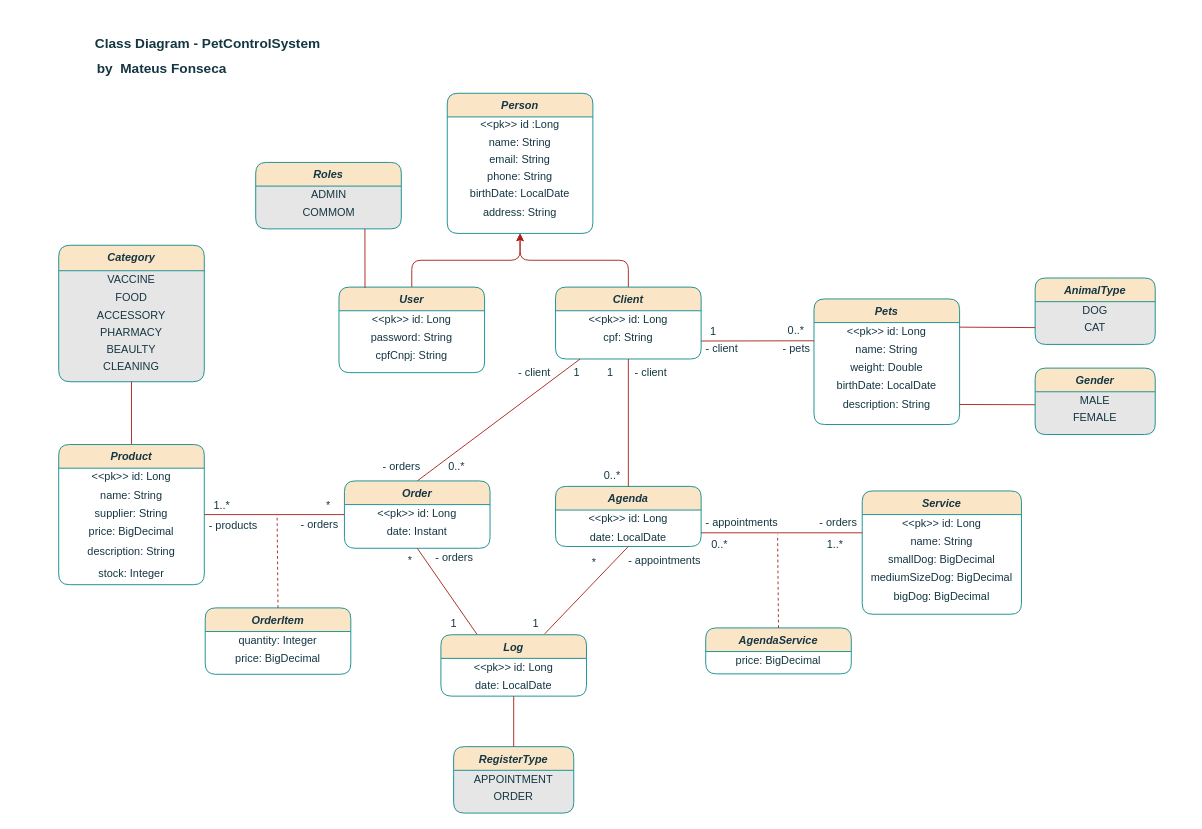
Above: class-diagram.drawio in mateusf-prog/petcontrol-system (draw.io), before the change. Source tidied: cells renumbered, new cells numbered last; positions are measured from the earlier drawing's top-left corner, leaving out a move shared by most shapes. Both pictures are drawn from the tidied source at 91%, with x=0, y=0 at pixel (51, 29).
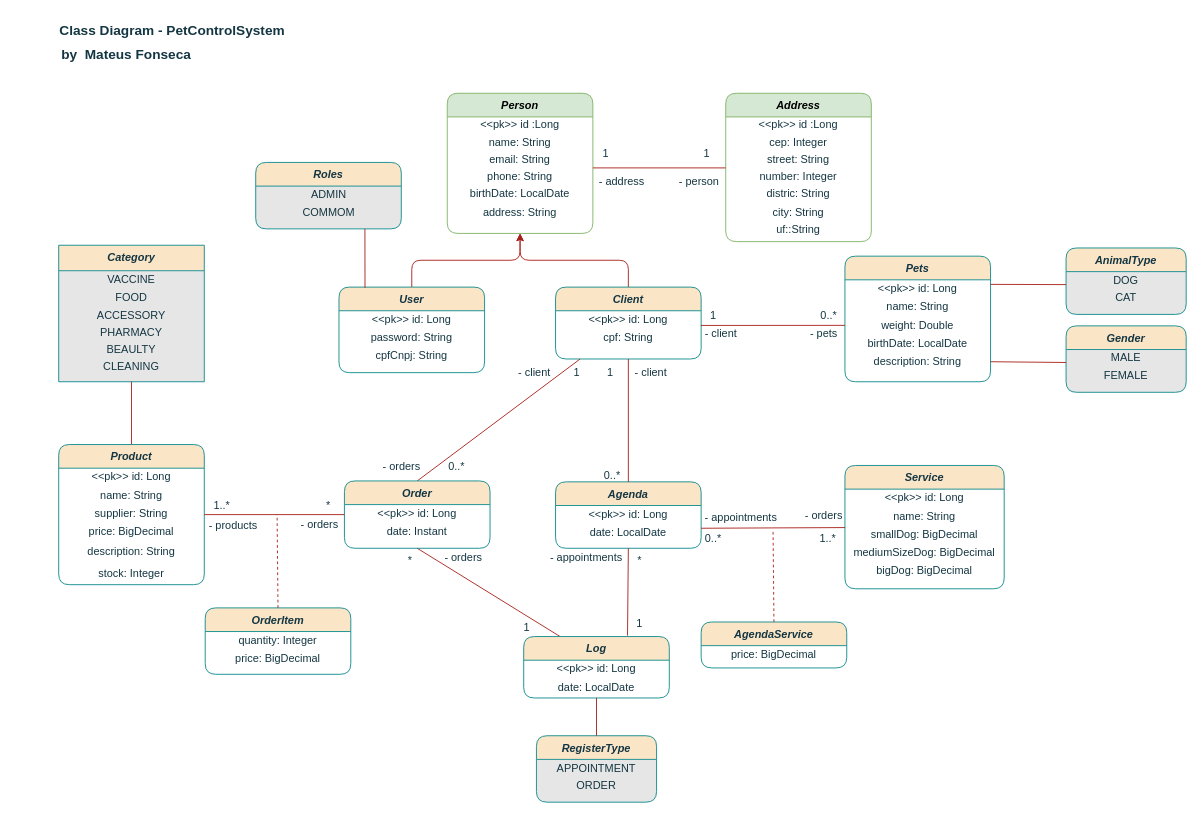
Above is the later version.

Commit message:
updated class-diagram

Unchanged cells that the change refers to:
```xml
<mxCell id="4" value="date: LocalDate" style="text;html=1;align=center;verticalAlign=middle;whiteSpace=wrap;rounded=1;labelBackgroundColor=none;fontColor=#143642;" parent="2" vertex="1">
  <mxGeometry y="46" width="160" height="20" as="geometry" />
</mxCell>
<mxCell id="6" value="&amp;lt;&amp;lt;pk&amp;gt;&amp;gt; id: Long" style="text;html=1;align=center;verticalAlign=middle;whiteSpace=wrap;rounded=1;labelBackgroundColor=none;fontColor=#143642;" parent="5" vertex="1">
  <mxGeometry y="26" width="160" height="20" as="geometry" />
</mxCell>
<mxCell id="8" value="weight: Double" style="text;html=1;align=center;verticalAlign=middle;whiteSpace=wrap;rounded=1;labelBackgroundColor=none;fontColor=#143642;" parent="5" vertex="1">
  <mxGeometry y="66" width="160" height="20" as="geometry" />
</mxCell>
<mxCell id="15" value="phone: String" style="text;html=1;align=center;verticalAlign=middle;whiteSpace=wrap;rounded=1;labelBackgroundColor=none;fontColor=#143642;" parent="11" vertex="1">
  <mxGeometry y="82" width="160" height="19" as="geometry" />
</mxCell>
<mxCell id="24" value="Client" style="swimlane;fontStyle=3;align=center;verticalAlign=top;horizontal=1;startSize=26;rounded=1;shadow=0;strokeWidth=1;labelBackgroundColor=none;fillColor=#FAE5C7;strokeColor=#0F8B8D;fontColor=#143642;" parent="1" vertex="1">
  <mxGeometry x="554" y="283" width="160" height="79" as="geometry" />
</mxCell>
<mxCell id="25" value="&amp;lt;&amp;lt;pk&amp;gt;&amp;gt; id: Long" style="text;html=1;align=center;verticalAlign=middle;whiteSpace=wrap;rounded=1;labelBackgroundColor=none;fontColor=#143642;" parent="24" vertex="1">
  <mxGeometry y="26" width="160" height="20" as="geometry" />
</mxCell>
<mxCell id="29" value="name: String" style="text;html=1;align=center;verticalAlign=middle;whiteSpace=wrap;rounded=1;labelBackgroundColor=none;fontColor=#143642;" parent="27" vertex="1">
  <mxGeometry y="46" width="175" height="20" as="geometry" />
</mxCell>
<mxCell id="30" value="smallDog: BigDecimal" style="text;html=1;align=center;verticalAlign=middle;whiteSpace=wrap;rounded=1;labelBackgroundColor=none;fontColor=#143642;" parent="27" vertex="1">
  <mxGeometry y="66" width="175" height="20" as="geometry" />
</mxCell>
<mxCell id="65" value="DOG" style="text;html=1;align=center;verticalAlign=middle;whiteSpace=wrap;rounded=1;labelBackgroundColor=none;fontColor=#143642;" parent="64" vertex="1">
  <mxGeometry y="26" width="132" height="19" as="geometry" />
</mxCell>
<mxCell id="66" value="CAT" style="text;html=1;align=center;verticalAlign=middle;whiteSpace=wrap;rounded=1;labelBackgroundColor=none;fontColor=#143642;" parent="64" vertex="1">
  <mxGeometry y="45" width="132" height="19" as="geometry" />
</mxCell>
```

Change to the diagram source:
```diff
@@
     <mxCell id="2" value="Agenda" style="swimlane;fontStyle=3;align=center;verticalAlign=top;horizontal=1;startSize=26;rounded=1;shadow=0;strokeWidth=1;labelBackgroundColor=none;fillColor=#FAE5C7;strokeColor=#0F8B8D;fontColor=#143642;" parent="1" vertex="1">
-      <mxGeometry x="554" y="502" width="160" height="66" as="geometry" />
+      <mxGeometry x="554" y="497" width="160" height="73" as="geometry" />
     </mxCell>
@@
     <mxCell id="5" value="Pets" style="swimlane;fontStyle=3;align=center;verticalAlign=top;horizontal=1;startSize=26;rounded=1;shadow=0;strokeWidth=1;labelBackgroundColor=none;fillColor=#FAE5C7;strokeColor=#0F8B8D;fontColor=#143642;" parent="1" vertex="1">
-      <mxGeometry x="838" y="296" width="160" height="138" as="geometry" />
+      <mxGeometry x="872" y="249" width="160" height="138" as="geometry" />
     </mxCell>
@@
-    <mxCell id="11" value="Person" style="swimlane;fontStyle=3;align=center;verticalAlign=top;horizontal=1;startSize=26;rounded=1;shadow=0;strokeWidth=1;labelBackgroundColor=none;fillColor=#FAE5C7;strokeColor=#0F8B8D;fontColor=#143642;" parent="1" vertex="1">
+    <mxCell id="11" value="Person" style="swimlane;fontStyle=3;align=center;verticalAlign=top;horizontal=1;startSize=26;rounded=1;shadow=0;strokeWidth=1;labelBackgroundColor=none;fillColor=#d5e8d4;strokeColor=#82b366;" parent="1" vertex="1">
       <mxGeometry x="435" y="70" width="160" height="154" as="geometry" />
     </mxCell>
@@
     <mxCell id="27" value="Service" style="swimlane;fontStyle=3;align=center;verticalAlign=top;horizontal=1;startSize=26;rounded=1;shadow=0;strokeWidth=1;labelBackgroundColor=none;fillColor=#FAE5C7;strokeColor=#0F8B8D;fontColor=#143642;" parent="1" vertex="1">
-      <mxGeometry x="891" y="507" width="175" height="135.5" as="geometry" />
+      <mxGeometry x="872" y="479" width="175" height="135.5" as="geometry" />
     </mxCell>
@@
-    <mxCell id="33" style="endArrow=none;html=1;rounded=1;exitX=1;exitY=0.25;exitDx=0;exitDy=0;entryX=0;entryY=0;entryDx=0;entryDy=0;labelBackgroundColor=none;fontColor=default;strokeColor=#A8201A;" parent="1" edge="1" source="4" target="29">
+    <mxCell id="33" style="endArrow=none;html=1;rounded=1;exitX=1;exitY=0.25;exitDx=0;exitDy=0;labelBackgroundColor=none;fontColor=default;strokeColor=#A8201A;entryX=0.001;entryY=0.112;entryDx=0;entryDy=0;entryPerimeter=0;" parent="1" edge="1" source="4" target="30">
       <mxGeometry relative="1" as="geometry" />
     </mxCell>
@@
-    <mxCell id="36" value="Category" style="swimlane;fontStyle=3;align=center;verticalAlign=top;horizontal=1;startSize=28;rounded=1;shadow=0;strokeWidth=1;swimlaneFillColor=#E6E6E6;labelBackgroundColor=none;fillColor=#FAE5C7;strokeColor=#0F8B8D;fontColor=#143642;" parent="1" vertex="1">
+    <mxCell id="36" value="Category" style="swimlane;fontStyle=3;align=center;verticalAlign=top;horizontal=1;startSize=28;rounded=0;shadow=0;strokeWidth=1;swimlaneFillColor=#E6E6E6;labelBackgroundColor=none;fillColor=#FAE5C7;strokeColor=#0F8B8D;fontColor=#143642;" parent="1" vertex="1">
       <mxGeometry x="8" y="237" width="160" height="150" as="geometry" />
     </mxCell>
@@
-    <mxCell id="63" style="endArrow=none;html=1;rounded=1;entryX=1;entryY=0.75;entryDx=0;entryDy=0;exitX=0;exitY=1;exitDx=0;exitDy=0;labelBackgroundColor=none;fontColor=default;strokeColor=#A8201A;" parent="1" edge="1" source="6" target="24">
+    <mxCell id="63" style="endArrow=none;html=1;rounded=1;labelBackgroundColor=none;fontColor=default;strokeColor=#A8201A;entryX=0.998;entryY=0.807;entryDx=0;entryDy=0;entryPerimeter=0;" parent="1" edge="1" source="8" target="25">
       <mxGeometry relative="1" as="geometry" />
     </mxCell>
     <mxCell id="64" value="AnimalType" style="swimlane;fontStyle=3;align=center;verticalAlign=top;horizontal=1;startSize=26;rounded=1;shadow=0;strokeWidth=1;swimlaneFillColor=#E6E6E6;labelBackgroundColor=none;fillColor=#FAE5C7;strokeColor=#0F8B8D;fontColor=#143642;" parent="1" vertex="1">
-      <mxGeometry x="1081" y="273" width="132" height="73" as="geometry" />
+      <mxGeometry x="1115" y="240" width="132" height="73" as="geometry" />
     </mxCell>
@@
-    <mxCell id="67" style="endArrow=none;html=1;rounded=1;entryX=1;entryY=0.25;entryDx=0;entryDy=0;exitX=0;exitY=0.5;exitDx=0;exitDy=0;labelBackgroundColor=none;fontColor=default;strokeColor=#A8201A;" parent="1" edge="1" source="66" target="6">
+    <mxCell id="67" style="endArrow=none;html=1;rounded=1;entryX=1;entryY=0.25;entryDx=0;entryDy=0;exitX=0;exitY=0.75;exitDx=0;exitDy=0;labelBackgroundColor=none;fontColor=default;strokeColor=#A8201A;" parent="1" edge="1" source="65" target="6">
       <mxGeometry relative="1" as="geometry" />
     </mxCell>
     <mxCell id="68" value="Gender" style="swimlane;fontStyle=3;align=center;verticalAlign=top;horizontal=1;startSize=26;rounded=1;shadow=0;strokeWidth=1;swimlaneFillColor=#E6E6E6;labelBackgroundColor=none;fillColor=#FAE5C7;strokeColor=#0F8B8D;fontColor=#143642;" parent="1" vertex="1">
-      <mxGeometry x="1081" y="372" width="132" height="73" as="geometry" />
+      <mxGeometry x="1115" y="325.6" width="132" height="73" as="geometry" />
     </mxCell>
@@
     <mxCell id="73" style="group;rounded=1;labelBackgroundColor=none;fontColor=#143642;" parent="1" vertex="1">
-      <mxGeometry width="344" height="57" as="geometry" />
+      <mxGeometry x="-39" y="-15" width="344" height="57" as="geometry" />
     </mxCell>
@@
     <mxCell id="84" value="0..*" style="text;html=1;align=center;verticalAlign=middle;whiteSpace=wrap;rounded=1;labelBackgroundColor=none;fontColor=#143642;" parent="1" vertex="1">
-      <mxGeometry x="801" y="320.5" width="35" height="21" as="geometry" />
+      <mxGeometry x="837" y="303.6" width="35" height="21" as="geometry" />
     </mxCell>
     <mxCell id="85" value="1" style="text;html=1;align=center;verticalAlign=middle;whiteSpace=wrap;rounded=1;labelBackgroundColor=none;fontColor=#143642;" parent="1" vertex="1">
-      <mxGeometry x="710" y="321.5" width="35" height="21" as="geometry" />
+      <mxGeometry x="710" y="308.8" width="35" height="10.8" as="geometry" />
     </mxCell>
     <mxCell id="86" value="- client" style="text;html=1;align=center;verticalAlign=middle;whiteSpace=wrap;rounded=1;labelBackgroundColor=none;fontColor=#143642;" parent="1" vertex="1">
-      <mxGeometry x="708" y="335" width="58" height="31" as="geometry" />
+      <mxGeometry x="707" y="328.2" width="58" height="12" as="geometry" />
     </mxCell>
     <mxCell id="87" value="- pets" style="text;html=1;align=center;verticalAlign=middle;whiteSpace=wrap;rounded=1;labelBackgroundColor=none;fontColor=#143642;" parent="1" vertex="1">
-      <mxGeometry x="790" y="335" width="58" height="31" as="geometry" />
+      <mxGeometry x="820" y="324.6" width="58" height="19.2" as="geometry" />
     </mxCell>
     <mxCell id="88" value="- orders" style="text;html=1;align=center;verticalAlign=middle;whiteSpace=wrap;rounded=1;labelBackgroundColor=none;fontColor=#143642;" parent="1" vertex="1">
-      <mxGeometry x="413.5" y="571.5" width="58" height="16" as="geometry" />
+      <mxGeometry x="424" y="571.5" width="58" height="16" as="geometry" />
     </mxCell>
     <mxCell id="89" value="- appointments " style="text;html=1;align=center;verticalAlign=middle;whiteSpace=wrap;rounded=1;labelBackgroundColor=none;fontColor=#143642;" parent="1" vertex="1">
-      <mxGeometry x="626" y="574" width="96" height="20" as="geometry" />
+      <mxGeometry x="540" y="569.5" width="96" height="20" as="geometry" />
     </mxCell>
@@
     <mxCell id="91" value="Log" style="swimlane;fontStyle=3;align=center;verticalAlign=top;horizontal=1;startSize=26;rounded=1;shadow=0;strokeWidth=1;labelBackgroundColor=none;fillColor=#FAE5C7;strokeColor=#0F8B8D;fontColor=#143642;" parent="1" vertex="1">
-      <mxGeometry x="428" y="665" width="160" height="67.5" as="geometry" />
+      <mxGeometry x="519" y="667" width="160" height="67.5" as="geometry" />
     </mxCell>
@@
     <mxCell id="94" value="1" style="text;html=1;align=center;verticalAlign=middle;whiteSpace=wrap;rounded=1;labelBackgroundColor=none;fontColor=#143642;" parent="1" vertex="1">
-      <mxGeometry x="425" y="642" width="35" height="21" as="geometry" />
+      <mxGeometry x="505" y="646" width="35" height="21" as="geometry" />
     </mxCell>
     <mxCell id="95" value="RegisterType" style="swimlane;fontStyle=3;align=center;verticalAlign=top;horizontal=1;startSize=26;rounded=1;shadow=0;strokeWidth=1;swimlaneFillColor=#E6E6E6;labelBackgroundColor=none;fillColor=#FAE5C7;strokeColor=#0F8B8D;fontColor=#143642;" parent="1" vertex="1">
-      <mxGeometry x="442" y="788" width="132" height="73" as="geometry" />
+      <mxGeometry x="533" y="776" width="132" height="73" as="geometry" />
     </mxCell>
@@
-    <mxCell id="99" style="endArrow=none;html=1;rounded=1;exitX=0.713;exitY=-0.015;exitDx=0;exitDy=0;entryX=0.5;entryY=1;entryDx=0;entryDy=0;exitPerimeter=0;labelBackgroundColor=none;fontColor=default;strokeColor=#A8201A;" parent="1" edge="1" source="91" target="4">
+    <mxCell id="99" style="endArrow=none;html=1;rounded=1;exitX=0.713;exitY=-0.015;exitDx=0;exitDy=0;exitPerimeter=0;labelBackgroundColor=none;fontColor=default;strokeColor=#A8201A;entryX=0.5;entryY=1;entryDx=0;entryDy=0;" parent="1" edge="1" source="91" target="2">
       <mxGeometry relative="1" as="geometry" />
     </mxCell>
     <mxCell id="100" value="1" style="text;html=1;align=center;verticalAlign=middle;whiteSpace=wrap;rounded=1;labelBackgroundColor=none;fontColor=#143642;" parent="1" vertex="1">
-      <mxGeometry x="514.5" y="642" width="35" height="21" as="geometry" />
+      <mxGeometry x="629" y="642" width="35" height="21" as="geometry" />
     </mxCell>
     <mxCell id="101" value="*" style="text;html=1;align=center;verticalAlign=middle;whiteSpace=wrap;rounded=1;labelBackgroundColor=none;fontColor=#143642;" parent="1" vertex="1">
-      <mxGeometry x="579" y="578" width="35" height="16" as="geometry" />
+      <mxGeometry x="629" y="575.5" width="35" height="16" as="geometry" />
     </mxCell>
     <mxCell id="102" value="- orders" style="text;html=1;align=center;verticalAlign=middle;whiteSpace=wrap;rounded=1;labelBackgroundColor=none;fontColor=#143642;" parent="1" vertex="1">
-      <mxGeometry x="836" y="526" width="58" height="31" as="geometry" />
+      <mxGeometry x="820" y="518" width="58" height="31" as="geometry" />
     </mxCell>
     <mxCell id="103" value="- appointments " style="text;html=1;align=center;verticalAlign=middle;whiteSpace=wrap;rounded=1;labelBackgroundColor=none;fontColor=#143642;" parent="1" vertex="1">
-      <mxGeometry x="711" y="526" width="96" height="31" as="geometry" />
+      <mxGeometry x="710" y="521" width="96" height="31" as="geometry" />
     </mxCell>
     <mxCell id="104" value="1..*" style="text;html=1;align=center;verticalAlign=middle;whiteSpace=wrap;rounded=1;labelBackgroundColor=none;fontColor=#143642;" parent="1" vertex="1">
-      <mxGeometry x="844" y="555" width="35" height="21" as="geometry" />
+      <mxGeometry x="836" y="549" width="35" height="21" as="geometry" />
     </mxCell>
     <mxCell id="105" value="0..*" style="text;html=1;align=center;verticalAlign=middle;whiteSpace=wrap;rounded=1;labelBackgroundColor=none;fontColor=#143642;" parent="1" vertex="1">
-      <mxGeometry x="717" y="555" width="35" height="21" as="geometry" />
+      <mxGeometry x="710" y="549" width="35" height="21" as="geometry" />
     </mxCell>
@@
     <mxCell id="109" value="AgendaService" style="swimlane;fontStyle=3;align=center;verticalAlign=top;horizontal=1;startSize=26;rounded=1;shadow=0;strokeWidth=1;labelBackgroundColor=none;fillColor=#FAE5C7;strokeColor=#0F8B8D;fontColor=#143642;" parent="1" vertex="1">
-      <mxGeometry x="719" y="657.5" width="160" height="50.5" as="geometry" />
+      <mxGeometry x="714" y="651" width="160" height="50.5" as="geometry" />
     </mxCell>
@@
     <mxCell id="111" style="endArrow=none;dashed=1;html=1;rounded=1;exitX=0.5;exitY=0;exitDx=0;exitDy=0;labelBackgroundColor=none;fontColor=default;strokeColor=#A8201A;" parent="1" edge="1" source="109">
       <mxGeometry relative="1" as="geometry">
-        <mxPoint x="798" y="555" as="targetPoint" />
+        <mxPoint x="793" y="549" as="targetPoint" />
       </mxGeometry>
     </mxCell>
+    <mxCell id="112" value="Address" style="swimlane;fontStyle=3;align=center;verticalAlign=top;horizontal=1;startSize=26;rounded=1;shadow=0;strokeWidth=1;labelBackgroundColor=none;fillColor=#d5e8d4;strokeColor=#82b366;" parent="1" vertex="1">
+      <mxGeometry x="741" y="70" width="160" height="163" as="geometry" />
+    </mxCell>
+    <mxCell id="113" value="&amp;lt;&amp;lt;pk&amp;gt;&amp;gt; id :Long" style="text;html=1;align=center;verticalAlign=middle;whiteSpace=wrap;rounded=1;labelBackgroundColor=none;fontColor=#143642;" parent="112" vertex="1">
+      <mxGeometry y="26" width="160" height="18" as="geometry" />
+    </mxCell>
+    <mxCell id="114" value="cep: Integer" style="text;html=1;align=center;verticalAlign=middle;whiteSpace=wrap;rounded=1;labelBackgroundColor=none;fontColor=#143642;" parent="112" vertex="1">
+      <mxGeometry y="44" width="160" height="20" as="geometry" />
+    </mxCell>
+    <mxCell id="115" value="street: String" style="text;html=1;align=center;verticalAlign=middle;whiteSpace=wrap;rounded=1;labelBackgroundColor=none;fontColor=#143642;" parent="112" vertex="1">
+      <mxGeometry y="64" width="160" height="18" as="geometry" />
+    </mxCell>
+    <mxCell id="116" value="number: Integer" style="text;html=1;align=center;verticalAlign=middle;whiteSpace=wrap;rounded=1;labelBackgroundColor=none;fontColor=#143642;" parent="112" vertex="1">
+      <mxGeometry y="82" width="160" height="19" as="geometry" />
+    </mxCell>
+    <mxCell id="117" value="&lt;span lang=&quot;pt&quot; class=&quot;BxUVEf ILfuVd&quot;&gt;&lt;span class=&quot;hgKElc&quot;&gt;distric: String &lt;/span&gt;&lt;/span&gt;" style="text;html=1;align=center;verticalAlign=middle;whiteSpace=wrap;rounded=1;labelBackgroundColor=none;fontColor=#143642;" parent="112" vertex="1">
+      <mxGeometry y="101" width="160" height="20" as="geometry" />
+    </mxCell>
+    <mxCell id="118" value="city: String" style="text;html=1;align=center;verticalAlign=middle;whiteSpace=wrap;rounded=1;labelBackgroundColor=none;fontColor=#143642;" parent="112" vertex="1">
+      <mxGeometry y="121" width="160" height="19" as="geometry" />
+    </mxCell>
+    <mxCell id="119" value="uf::String" style="text;html=1;align=center;verticalAlign=middle;whiteSpace=wrap;rounded=1;labelBackgroundColor=none;fontColor=#143642;" parent="112" vertex="1">
+      <mxGeometry y="140" width="160" height="19" as="geometry" />
+    </mxCell>
+    <mxCell id="120" style="endArrow=none;html=1;rounded=1;exitX=0;exitY=0;exitDx=0;exitDy=0;entryX=1;entryY=0;entryDx=0;entryDy=0;labelBackgroundColor=none;fontColor=default;strokeColor=#A8201A;" parent="1" edge="1" source="116" target="15">
+      <mxGeometry relative="1" as="geometry" />
+    </mxCell>
+    <mxCell id="121" value="1" style="text;html=1;align=center;verticalAlign=middle;whiteSpace=wrap;rounded=1;labelBackgroundColor=none;fontColor=#143642;" parent="1" vertex="1">
+      <mxGeometry x="703" y="125" width="35" height="21" as="geometry" />
+    </mxCell>
+    <mxCell id="122" value="1" style="text;html=1;align=center;verticalAlign=middle;whiteSpace=wrap;rounded=1;labelBackgroundColor=none;fontColor=#143642;" parent="1" vertex="1">
+      <mxGeometry x="592" y="125" width="35" height="21" as="geometry" />
+    </mxCell>
+    <mxCell id="123" value="- address" style="text;html=1;align=center;verticalAlign=middle;whiteSpace=wrap;rounded=1;labelBackgroundColor=none;fontColor=#143642;" parent="1" vertex="1">
+      <mxGeometry x="597.5" y="151" width="58" height="31" as="geometry" />
+    </mxCell>
+    <mxCell id="124" value="- person" style="text;html=1;align=center;verticalAlign=middle;whiteSpace=wrap;rounded=1;labelBackgroundColor=none;fontColor=#143642;" parent="1" vertex="1">
+      <mxGeometry x="683" y="151" width="58" height="31" as="geometry" />
+    </mxCell>
```
